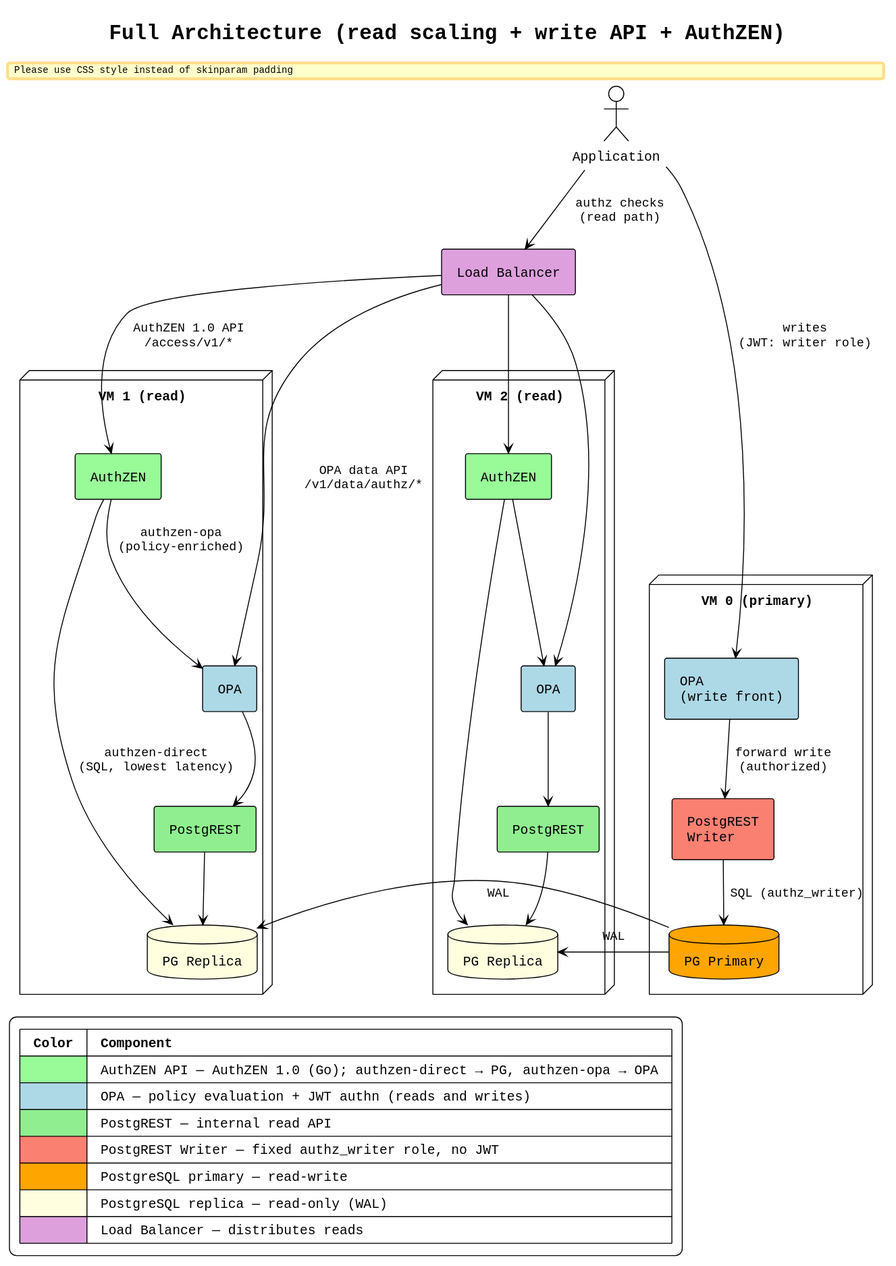
This is docs/architecture-full.svg from thomasdarimont/pgauthz, a PlantUML export, as it was before one commit.
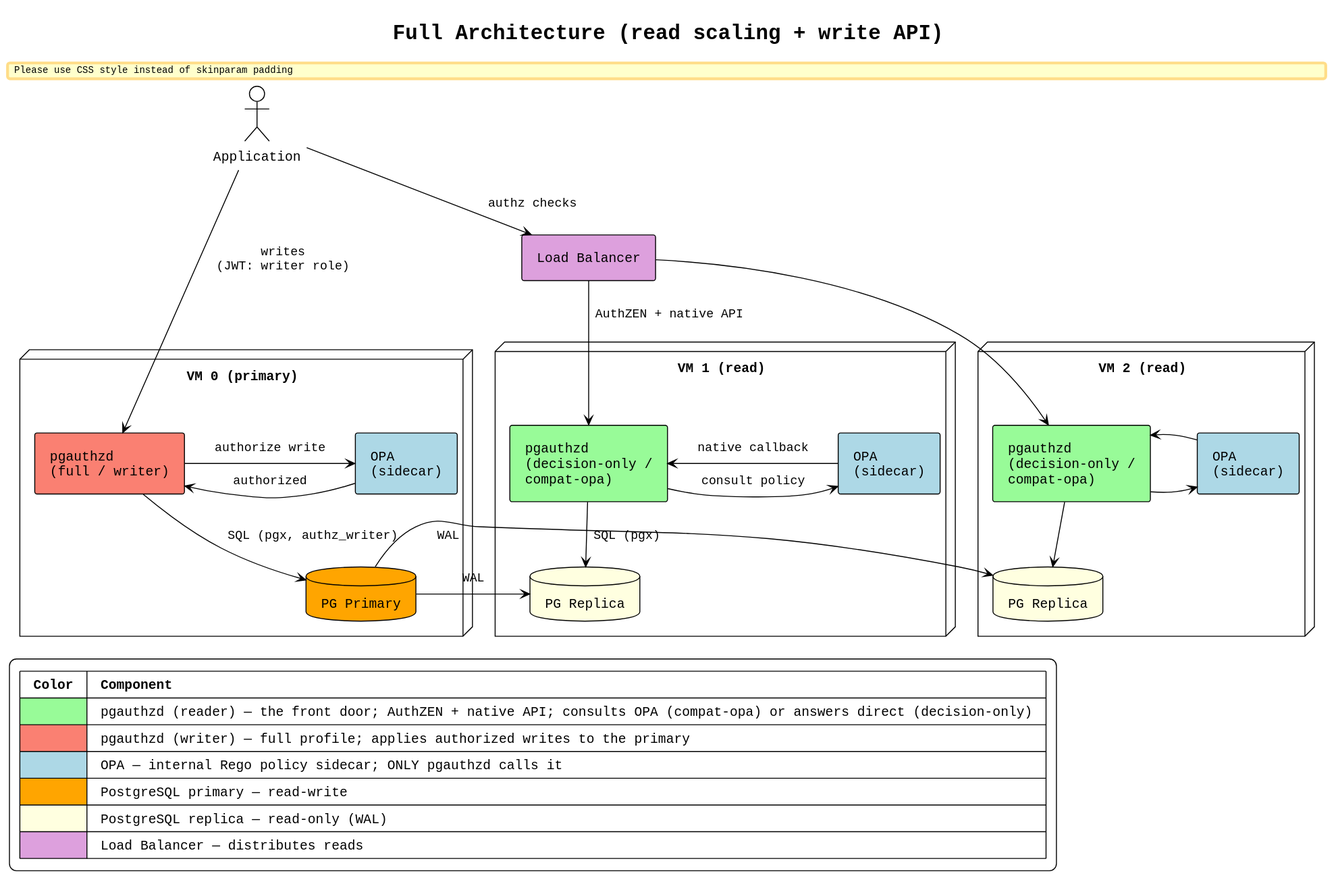
The same diagram one commit later.

What changed in the source:
```diff
@@ -7,59 +7,53 @@
 skinparam ranksep 40
 skinparam padding 6
 
-title Full Architecture (read scaling + write API + AuthZEN)
+title Full Architecture (read scaling + write API)
 
 actor "Application" as app
 
 component "Load Balancer" as lb #Plum
 
 node "VM 1 (read)" as vm1 {
-    component "OPA" as opa_a #LightBlue
-    component "AuthZEN" as az_a #PaleGreen
-    component "PostgREST" as pgrst_a #LightGreen
+    component "pgauthzd\n(decision-only /\ncompat-opa)" as pgd_a #PaleGreen
+    component "OPA\n(sidecar)" as opa_a #LightBlue
     database "PG Replica" as pgr_a #LightYellow
 }
 
 node "VM 2 (read)" as vm2 {
-    component "OPA" as opa_b #LightBlue
-    component "AuthZEN" as az_b #PaleGreen
-    component "PostgREST" as pgrst_b #LightGreen
+    component "pgauthzd\n(decision-only /\ncompat-opa)" as pgd_b #PaleGreen
+    component "OPA\n(sidecar)" as opa_b #LightBlue
     database "PG Replica" as pgr_b #LightYellow
 }
 
 node "VM 0 (primary)" as vm0 {
-    component "OPA\n(write front)" as opa_w #LightBlue
-    component "PostgREST\nWriter" as pgrst_w #Salmon
+    component "pgauthzd\n(full / writer)" as pgd_w #Salmon
+    component "OPA\n(sidecar)" as opa_w #LightBlue
     database "PG Primary" as pgp #Orange
 }
 
-app -down-> lb : "authz checks\n(read path)"
-lb -down-> opa_a : "OPA data API\n/v1/data/authz/*"
-lb -down-> opa_b
-lb -down-> az_a : "AuthZEN 1.0 API\n/access/v1/*"
-lb -down-> az_b
-opa_a -down-> pgrst_a
-opa_b -down-> pgrst_b
-az_a -down-> opa_a : "authzen-opa\n(policy-enriched)"
-az_a -down-> pgr_a : "authzen-direct\n(SQL, lowest latency)"
-az_b -down-> opa_b
-az_b -down-> pgr_b
-pgrst_a -down-> pgr_a
-pgrst_b -down-> pgr_b
+app -down-> lb : "authz checks"
+lb -down-> pgd_a : "AuthZEN + native API"
+lb -down-> pgd_b
+pgd_a -right-> opa_a : "consult policy"
+opa_a -left-> pgd_a : "native callback"
+pgd_b -right-> opa_b
+opa_b -left-> pgd_b
+pgd_a -down-> pgr_a : "SQL (pgx)"
+pgd_b -down-> pgr_b
 
-app -down-> opa_w : "writes\n(JWT: writer role)"
-opa_w -down-> pgrst_w : "forward write\n(authorized)"
-pgrst_w -down-> pgp : "SQL (authz_writer)"
+app -down-> pgd_w : "writes\n(JWT: writer role)"
+pgd_w -right-> opa_w : "authorize write"
+opa_w -left-> pgd_w : "authorized"
+pgd_w -down-> pgp : "SQL (pgx, authz_writer)"
 
 pgp -right-> pgr_a : "  WAL  "
 pgp -right-> pgr_b : "  WAL  "
 
 legend bottom left
   |= Color |= Component |
-  | <#PaleGreen> | AuthZEN API — AuthZEN 1.0 (Go); authzen-direct → PG, authzen-opa → OPA |
-  | <#LightBlue> | OPA — policy evaluation + JWT authn (reads and writes) |
-  | <#LightGreen> | PostgREST — internal read API |
-  | <#Salmon> | PostgREST Writer — fixed authz_writer role, no JWT |
+  | <#PaleGreen> | pgauthzd (reader) — the front door; AuthZEN + native API; consults OPA (compat-opa) or answers direct (decision-only) |
+  | <#Salmon> | pgauthzd (writer) — full profile; applies authorized writes to the primary |
+  | <#LightBlue> | OPA — internal Rego policy sidecar; ONLY pgauthzd calls it |
   | <#Orange> | PostgreSQL primary — read-write |
   | <#LightYellow> | PostgreSQL replica — read-only (WAL) |
   | <#Plum> | Load Balancer — distributes reads |
```
